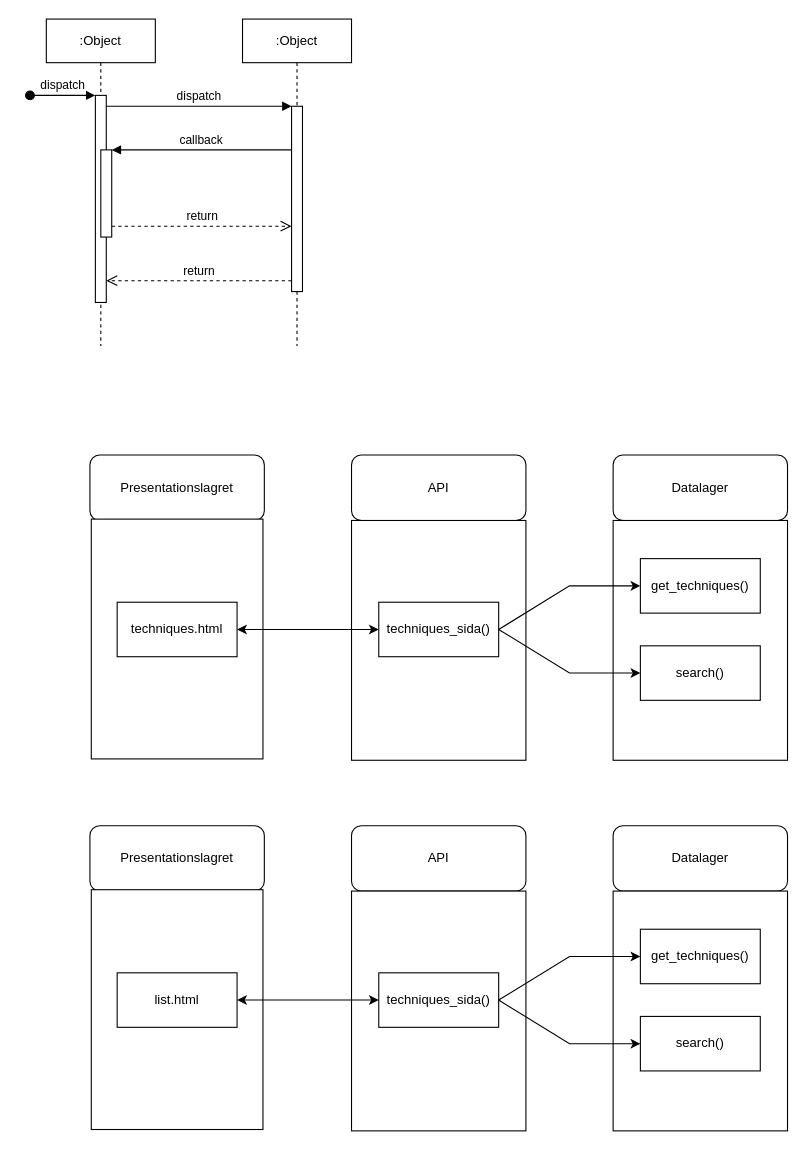
The draw.io diagram Untitled Diagram.drawio in Harmonyy1/TDP003, before the edit. Source tidied: cells renumbered, new cells numbered last; positions are measured from the earlier drawing's top-left corner, leaving out a move shared by most shapes. Both pictures are drawn from the tidied source at 109%, with x=0, y=0 at pixel (29, 19).
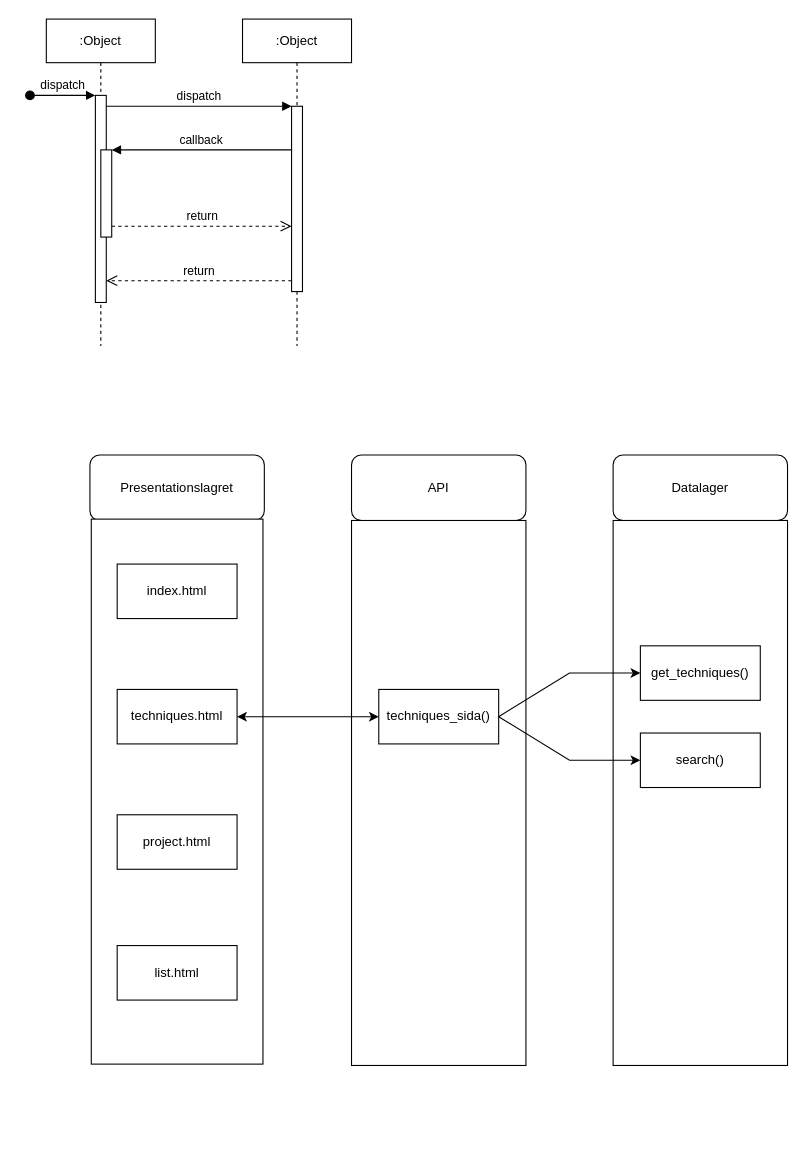
After the change.

The edit, as a diff of the source:
```diff
@@
     <mxCell id="15" style="rounded=0;whiteSpace=wrap;html=1;rotation=90;" parent="1" vertex="1">
-      <mxGeometry x="25" y="490" width="220" height="157.5" as="geometry" />
+      <mxGeometry x="-115" y="630" width="500" height="157.5" as="geometry" />
     </mxCell>
     <mxCell id="16" style="rounded=0;whiteSpace=wrap;html=1;rotation=90;" parent="1" vertex="1">
-      <mxGeometry x="505" y="490" width="220" height="160" as="geometry" />
+      <mxGeometry x="365" y="630" width="500" height="160" as="geometry" />
     </mxCell>
     <mxCell id="17" style="rounded=0;whiteSpace=wrap;html=1;rotation=90;" parent="1" vertex="1">
-      <mxGeometry x="265" y="490" width="220" height="160" as="geometry" />
+      <mxGeometry x="125" y="630" width="500" height="160" as="geometry" />
     </mxCell>
-    <mxCell id="18" style="endArrow=classic;startArrow=classic;html=1;rounded=0;entryX=0;entryY=0.5;entryDx=0;entryDy=0;exitX=1;exitY=0.5;exitDx=0;exitDy=0;" parent="1" edge="1" source="23" target="22">
-      <mxGeometry relative="1" as="geometry" />
+    <mxCell id="18" style="endArrow=classic;startArrow=classic;html=1;rounded=0;entryX=0;entryY=0.5;entryDx=0;entryDy=0;exitX=1;exitY=0.5;exitDx=0;exitDy=0;" parent="1" edge="1">
+      <mxGeometry relative="1" as="geometry">
+        <mxPoint x="190" y="640" as="sourcePoint" />
+        <mxPoint x="320" y="640" as="targetPoint" />
+      </mxGeometry>
     </mxCell>
-    <mxCell id="19" style="endArrow=classic;html=1;rounded=0;exitX=1;exitY=0.5;exitDx=0;exitDy=0;" parent="1" edge="1" source="22" target="20">
+    <mxCell id="19" style="endArrow=classic;html=1;rounded=0;exitX=1;exitY=0.5;exitDx=0;exitDy=0;entryX=0;entryY=0.5;entryDx=0;entryDy=0;" parent="1" edge="1" source="22" target="20">
       <mxGeometry relative="1" as="geometry">
         <Array as="points">
-          <mxPoint x="495" y="520" />
+          <mxPoint x="495" y="600" />
         </Array>
       </mxGeometry>
     </mxCell>
     <mxCell id="20" value="get_techniques()" style="rounded=0;whiteSpace=wrap;html=1;" parent="1" vertex="1">
-      <mxGeometry x="560" y="495" width="110" height="50" as="geometry" />
+      <mxGeometry x="560" y="575" width="110" height="50" as="geometry" />
     </mxCell>
     <mxCell id="21" value="search()" style="rounded=0;whiteSpace=wrap;html=1;" parent="1" vertex="1">
-      <mxGeometry x="560" y="575" width="110" height="50" as="geometry" />
+      <mxGeometry x="560" y="655" width="110" height="50" as="geometry" />
     </mxCell>
     <mxCell id="22" value="techniques_sida()" style="rounded=0;whiteSpace=wrap;html=1;" parent="1" vertex="1">
-      <mxGeometry x="320" y="535" width="110" height="50" as="geometry" />
+      <mxGeometry x="320" y="615" width="110" height="50" as="geometry" />
     </mxCell>
     <mxCell id="23" value="techniques.html" style="rounded=0;whiteSpace=wrap;html=1;" parent="1" vertex="1">
-      <mxGeometry x="80" y="535" width="110" height="50" as="geometry" />
+      <mxGeometry x="80" y="615" width="110" height="50" as="geometry" />
     </mxCell>
-    <mxCell id="24" style="endArrow=classic;html=1;rounded=0;entryX=0;entryY=0.5;entryDx=0;entryDy=0;" parent="1" edge="1" target="21">
+    <mxCell id="24" style="endArrow=classic;html=1;rounded=0;entryX=0;entryY=0.5;entryDx=0;entryDy=0;" parent="1" edge="1">
       <mxGeometry relative="1" as="geometry">
-        <mxPoint x="430" y="560" as="sourcePoint" />
+        <mxPoint x="430" y="640" as="sourcePoint" />
+        <mxPoint x="560" y="680" as="targetPoint" />
         <Array as="points">
-          <mxPoint x="495" y="600" />
+          <mxPoint x="495" y="680" />
         </Array>
       </mxGeometry>
     </mxCell>
-    <mxCell id="25" value="Presentationslagret" style="rounded=1;whiteSpace=wrap;html=1;" parent="1" vertex="1">
-      <mxGeometry x="55" y="740" width="160" height="60" as="geometry" />
-    </mxCell>
-    <mxCell id="26" value="API" style="rounded=1;whiteSpace=wrap;html=1;" parent="1" vertex="1">
-      <mxGeometry x="295" y="740" width="160" height="60" as="geometry" />
-    </mxCell>
-    <mxCell id="27" value="Datalager" style="rounded=1;whiteSpace=wrap;html=1;" parent="1" vertex="1">
-      <mxGeometry x="535" y="740" width="160" height="60" as="geometry" />
-    </mxCell>
-    <mxCell id="28" style="rounded=0;whiteSpace=wrap;html=1;rotation=90;" parent="1" vertex="1">
-      <mxGeometry x="25" y="830" width="220" height="157.5" as="geometry" />
-    </mxCell>
-    <mxCell id="29" style="rounded=0;whiteSpace=wrap;html=1;rotation=90;" parent="1" vertex="1">
-      <mxGeometry x="505" y="830" width="220" height="160" as="geometry" />
-    </mxCell>
-    <mxCell id="30" style="rounded=0;whiteSpace=wrap;html=1;rotation=90;" parent="1" vertex="1">
-      <mxGeometry x="265" y="830" width="220" height="160" as="geometry" />
-    </mxCell>
-    <mxCell id="31" style="endArrow=classic;startArrow=classic;html=1;rounded=0;entryX=0;entryY=0.5;entryDx=0;entryDy=0;exitX=1;exitY=0.5;exitDx=0;exitDy=0;" parent="1" edge="1" source="36" target="35">
-      <mxGeometry relative="1" as="geometry" />
-    </mxCell>
-    <mxCell id="32" style="endArrow=classic;html=1;rounded=0;exitX=1;exitY=0.5;exitDx=0;exitDy=0;" parent="1" edge="1" source="35" target="33">
-      <mxGeometry relative="1" as="geometry">
-        <Array as="points">
-          <mxPoint x="495" y="860" />
-        </Array>
-      </mxGeometry>
-    </mxCell>
-    <mxCell id="33" value="get_techniques()" style="rounded=0;whiteSpace=wrap;html=1;" parent="1" vertex="1">
-      <mxGeometry x="560" y="835" width="110" height="50" as="geometry" />
-    </mxCell>
-    <mxCell id="34" value="search()" style="rounded=0;whiteSpace=wrap;html=1;" parent="1" vertex="1">
-      <mxGeometry x="560" y="915" width="110" height="50" as="geometry" />
-    </mxCell>
-    <mxCell id="35" value="techniques_sida()" style="rounded=0;whiteSpace=wrap;html=1;" parent="1" vertex="1">
-      <mxGeometry x="320" y="875" width="110" height="50" as="geometry" />
-    </mxCell>
     <mxCell id="36" value="list.html" style="rounded=0;whiteSpace=wrap;html=1;" parent="1" vertex="1">
-      <mxGeometry x="80" y="875" width="110" height="50" as="geometry" />
+      <mxGeometry x="80" y="850" width="110" height="50" as="geometry" />
     </mxCell>
-    <mxCell id="37" style="endArrow=classic;html=1;rounded=0;entryX=0;entryY=0.5;entryDx=0;entryDy=0;" parent="1" edge="1" target="34">
-      <mxGeometry relative="1" as="geometry">
-        <mxPoint x="430" y="900" as="sourcePoint" />
-        <Array as="points">
-          <mxPoint x="495" y="940" />
-        </Array>
-      </mxGeometry>
-    </mxCell>
+    <mxCell id="38" value="project.html" style="rounded=0;whiteSpace=wrap;html=1;" parent="1" vertex="1">
+      <mxGeometry x="80" y="730" width="110" height="50" as="geometry" />
+    </mxCell>
+    <mxCell id="39" value="index.html" style="rounded=0;whiteSpace=wrap;html=1;" parent="1" vertex="1">
+      <mxGeometry x="80" y="500" width="110" height="50" as="geometry" />
+    </mxCell>
```
